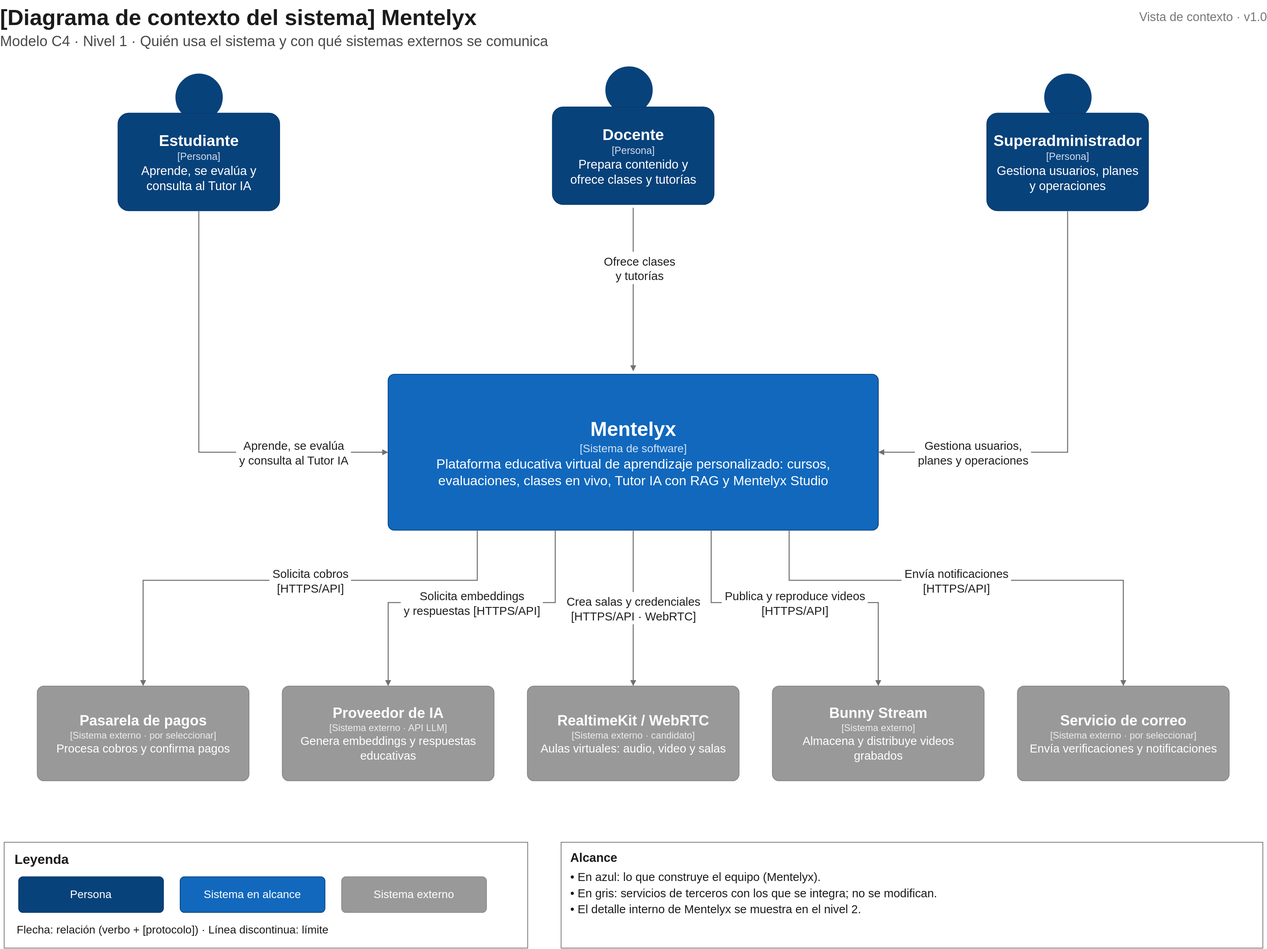
Earlier version of the draw.io export docs/img/fuentes-svg/nivel1-contexto.svg (100robert/Mentelyx). Source tidied: cells renumbered, new cells last; positions are measured from the earlier drawing's top-left corner, leaving out a move shared by most shapes.
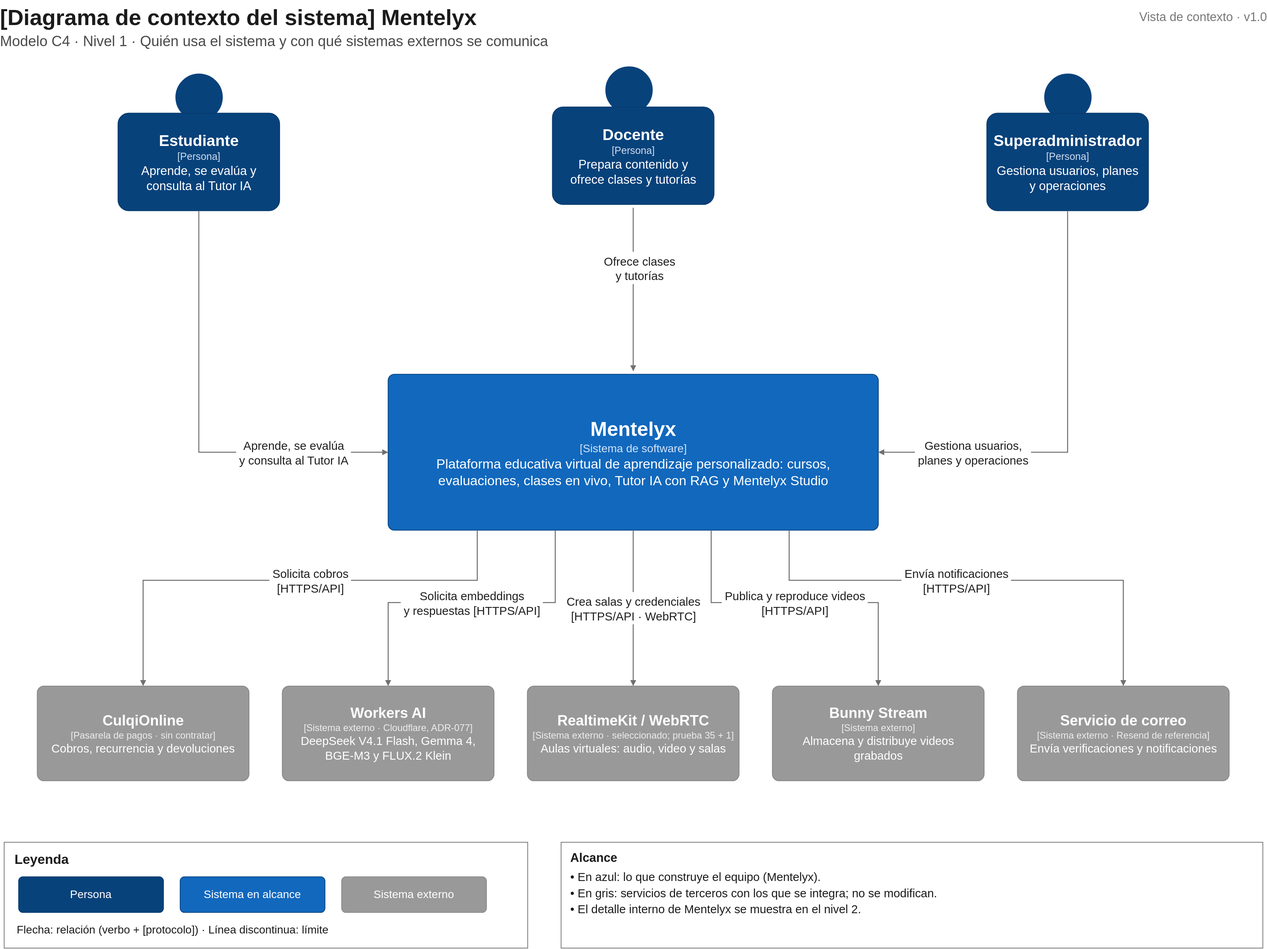
Later version of the same file.

What changed in the source:
```diff
@@ -86,7 +86,7 @@
     <mxCell id="24" value="planes y operaciones" style="text;html=1;strokeColor=none;fillColor=none;align=center;verticalAlign=middle;whiteSpace=nowrap;spacing=0;fontSize=21;fontStyle=0;fontColor=#1F1F1F;fontFamily=Arial;" parent="1" vertex="1">
       <mxGeometry x="1640.8" y="810" width="212.5" height="31.5" as="geometry" />
     </mxCell>
-    <mxCell id="25" value="&lt;div style=&quot;text-align:center;line-height:1.25&quot;&gt;&lt;span style=&quot;font-size:26px;font-weight:700;font-style:normal;color:#FFFFFF;font-family:Arial&quot;&gt;Pasarela de pagos&lt;/span&gt;&lt;/div&gt;&lt;div style=&quot;text-align:center;line-height:1.25&quot;&gt;&lt;span style=&quot;font-size:17px;font-weight:400;font-style:normal;color:#EDEDED;font-family:Arial&quot;&gt;[Sistema externo · por seleccionar]&lt;/span&gt;&lt;/div&gt;&lt;div style=&quot;text-align:center;line-height:1.25&quot;&gt;&lt;span style=&quot;font-size:21px;font-weight:400;font-style:normal;color:#FFFFFF;font-family:Arial&quot;&gt;Procesa cobros y confirma pagos&lt;/span&gt;&lt;/div&gt;" style="rounded=1;arcSize=7;whiteSpace=wrap;html=1;fillColor=#999999;strokeColor=#8A8A8A;strokeWidth=1.6;fontFamily=Arial;align=center;verticalAlign=middle;spacing=0;" parent="1" vertex="1">
+    <mxCell id="25" value="&lt;div style=&quot;text-align:center;line-height:1.25&quot;&gt;&lt;span style=&quot;font-size:26px;font-weight:700;font-style:normal;color:#FFFFFF;font-family:Arial&quot;&gt;CulqiOnline&lt;/span&gt;&lt;/div&gt;&lt;div style=&quot;text-align:center;line-height:1.25&quot;&gt;&lt;span style=&quot;font-size:17px;font-weight:400;font-style:normal;color:#EDEDED;font-family:Arial&quot;&gt;[Pasarela de pagos · sin contratar]&lt;/span&gt;&lt;/div&gt;&lt;div style=&quot;text-align:center;line-height:1.25&quot;&gt;&lt;span style=&quot;font-size:21px;font-weight:400;font-style:normal;color:#FFFFFF;font-family:Arial&quot;&gt;Cobros, recurrencia y devoluciones&lt;/span&gt;&lt;/div&gt;" style="rounded=1;arcSize=7;whiteSpace=wrap;html=1;fillColor=#999999;strokeColor=#8A8A8A;strokeWidth=1.6;fontFamily=Arial;align=center;verticalAlign=middle;spacing=0;" parent="1" vertex="1">
       <mxGeometry x="67" y="1232" width="380" height="170" as="geometry" />
     </mxCell>
     <mxCell id="26" style="endArrow=block;endFill=1;endSize=6;html=1;rounded=0;strokeColor=#707070;strokeWidth=1.8;" parent="1" edge="1">
@@ -108,7 +108,7 @@
     <mxCell id="29" value="[HTTPS/API]" style="text;html=1;strokeColor=none;fillColor=none;align=center;verticalAlign=middle;whiteSpace=nowrap;spacing=0;fontSize=21;fontStyle=0;fontColor=#1F1F1F;fontFamily=Arial;" parent="1" vertex="1">
       <mxGeometry x="489.9" y="1040" width="134.2" height="31.5" as="geometry" />
     </mxCell>
-    <mxCell id="30" value="&lt;div style=&quot;text-align:center;line-height:1.25&quot;&gt;&lt;span style=&quot;font-size:26px;font-weight:700;font-style:normal;color:#FFFFFF;font-family:Arial&quot;&gt;Proveedor de IA&lt;/span&gt;&lt;/div&gt;&lt;div style=&quot;text-align:center;line-height:1.25&quot;&gt;&lt;span style=&quot;font-size:17px;font-weight:400;font-style:normal;color:#EDEDED;font-family:Arial&quot;&gt;[Sistema externo · API LLM]&lt;/span&gt;&lt;/div&gt;&lt;div style=&quot;text-align:center;line-height:1.25&quot;&gt;&lt;span style=&quot;font-size:21px;font-weight:400;font-style:normal;color:#FFFFFF;font-family:Arial&quot;&gt;Genera embeddings y respuestas&lt;/span&gt;&lt;/div&gt;&lt;div style=&quot;text-align:center;line-height:1.25&quot;&gt;&lt;span style=&quot;font-size:21px;font-weight:400;font-style:normal;color:#FFFFFF;font-family:Arial&quot;&gt;educativas&lt;/span&gt;&lt;/div&gt;" style="rounded=1;arcSize=7;whiteSpace=wrap;html=1;fillColor=#999999;strokeColor=#8A8A8A;strokeWidth=1.6;fontFamily=Arial;align=center;verticalAlign=middle;spacing=0;" parent="1" vertex="1">
+    <mxCell id="30" value="&lt;div style=&quot;text-align:center;line-height:1.25&quot;&gt;&lt;span style=&quot;font-size:26px;font-weight:700;font-style:normal;color:#FFFFFF;font-family:Arial&quot;&gt;Workers AI&lt;/span&gt;&lt;/div&gt;&lt;div style=&quot;text-align:center;line-height:1.25&quot;&gt;&lt;span style=&quot;font-size:17px;font-weight:400;font-style:normal;color:#EDEDED;font-family:Arial&quot;&gt;[Sistema externo · Cloudflare, ADR-077]&lt;/span&gt;&lt;/div&gt;&lt;div style=&quot;text-align:center;line-height:1.25&quot;&gt;&lt;span style=&quot;font-size:21px;font-weight:400;font-style:normal;color:#FFFFFF;font-family:Arial&quot;&gt;DeepSeek V4.1 Flash, Gemma 4,&lt;/span&gt;&lt;/div&gt;&lt;div style=&quot;text-align:center;line-height:1.25&quot;&gt;&lt;span style=&quot;font-size:21px;font-weight:400;font-style:normal;color:#FFFFFF;font-family:Arial&quot;&gt;BGE-M3 y FLUX.2 Klein&lt;/span&gt;&lt;/div&gt;" style="rounded=1;arcSize=7;whiteSpace=wrap;html=1;fillColor=#999999;strokeColor=#8A8A8A;strokeWidth=1.6;fontFamily=Arial;align=center;verticalAlign=middle;spacing=0;" parent="1" vertex="1">
       <mxGeometry x="507" y="1232" width="380" height="170" as="geometry" />
     </mxCell>
     <mxCell id="31" style="endArrow=block;endFill=1;endSize=6;html=1;rounded=0;strokeColor=#707070;strokeWidth=1.8;" parent="1" edge="1">
@@ -130,7 +130,7 @@
     <mxCell id="34" value="y respuestas [HTTPS/API]" style="text;html=1;strokeColor=none;fillColor=none;align=center;verticalAlign=middle;whiteSpace=nowrap;spacing=0;fontSize=21;fontStyle=0;fontColor=#1F1F1F;fontFamily=Arial;" parent="1" vertex="1">
       <mxGeometry x="717.5" y="1080" width="259.1" height="31.5" as="geometry" />
     </mxCell>
-    <mxCell id="35" value="&lt;div style=&quot;text-align:center;line-height:1.25&quot;&gt;&lt;span style=&quot;font-size:26px;font-weight:700;font-style:normal;color:#FFFFFF;font-family:Arial&quot;&gt;RealtimeKit / WebRTC&lt;/span&gt;&lt;/div&gt;&lt;div style=&quot;text-align:center;line-height:1.25&quot;&gt;&lt;span style=&quot;font-size:17px;font-weight:400;font-style:normal;color:#EDEDED;font-family:Arial&quot;&gt;[Sistema externo · candidato]&lt;/span&gt;&lt;/div&gt;&lt;div style=&quot;text-align:center;line-height:1.25&quot;&gt;&lt;span style=&quot;font-size:21px;font-weight:400;font-style:normal;color:#FFFFFF;font-family:Arial&quot;&gt;Aulas virtuales: audio, video y salas&lt;/span&gt;&lt;/div&gt;" style="rounded=1;arcSize=7;whiteSpace=wrap;html=1;fillColor=#999999;strokeColor=#8A8A8A;strokeWidth=1.6;fontFamily=Arial;align=center;verticalAlign=middle;spacing=0;" parent="1" vertex="1">
+    <mxCell id="35" value="&lt;div style=&quot;text-align:center;line-height:1.25&quot;&gt;&lt;span style=&quot;font-size:26px;font-weight:700;font-style:normal;color:#FFFFFF;font-family:Arial&quot;&gt;RealtimeKit / WebRTC&lt;/span&gt;&lt;/div&gt;&lt;div style=&quot;text-align:center;line-height:1.25&quot;&gt;&lt;span style=&quot;font-size:17px;font-weight:400;font-style:normal;color:#EDEDED;font-family:Arial&quot;&gt;[Sistema externo · seleccionado; prueba 35 + 1]&lt;/span&gt;&lt;/div&gt;&lt;div style=&quot;text-align:center;line-height:1.25&quot;&gt;&lt;span style=&quot;font-size:21px;font-weight:400;font-style:normal;color:#FFFFFF;font-family:Arial&quot;&gt;Aulas virtuales: audio, video y salas&lt;/span&gt;&lt;/div&gt;" style="rounded=1;arcSize=7;whiteSpace=wrap;html=1;fillColor=#999999;strokeColor=#8A8A8A;strokeWidth=1.6;fontFamily=Arial;align=center;verticalAlign=middle;spacing=0;" parent="1" vertex="1">
       <mxGeometry x="947" y="1232" width="380" height="170" as="geometry" />
     </mxCell>
     <mxCell id="36" style="endArrow=block;endFill=1;endSize=6;html=1;rounded=0;strokeColor=#707070;strokeWidth=1.8;" parent="1" edge="1">
@@ -170,7 +170,7 @@
     <mxCell id="44" value="[HTTPS/API]" style="text;html=1;strokeColor=none;fillColor=none;align=center;verticalAlign=middle;whiteSpace=nowrap;spacing=0;fontSize=21;fontStyle=0;fontColor=#1F1F1F;fontFamily=Arial;" parent="1" vertex="1">
       <mxGeometry x="1359.9" y="1080" width="134.2" height="31.5" as="geometry" />
     </mxCell>
-    <mxCell id="45" value="&lt;div style=&quot;text-align:center;line-height:1.25&quot;&gt;&lt;span style=&quot;font-size:26px;font-weight:700;font-style:normal;color:#FFFFFF;font-family:Arial&quot;&gt;Servicio de correo&lt;/span&gt;&lt;/div&gt;&lt;div style=&quot;text-align:center;line-height:1.25&quot;&gt;&lt;span style=&quot;font-size:17px;font-weight:400;font-style:normal;color:#EDEDED;font-family:Arial&quot;&gt;[Sistema externo · por seleccionar]&lt;/span&gt;&lt;/div&gt;&lt;div style=&quot;text-align:center;line-height:1.25&quot;&gt;&lt;span style=&quot;font-size:21px;font-weight:400;font-style:normal;color:#FFFFFF;font-family:Arial&quot;&gt;Envía verificaciones y notificaciones&lt;/span&gt;&lt;/div&gt;" style="rounded=1;arcSize=7;whiteSpace=wrap;html=1;fillColor=#999999;strokeColor=#8A8A8A;strokeWidth=1.6;fontFamily=Arial;align=center;verticalAlign=middle;spacing=0;" parent="1" vertex="1">
+    <mxCell id="45" value="&lt;div style=&quot;text-align:center;line-height:1.25&quot;&gt;&lt;span style=&quot;font-size:26px;font-weight:700;font-style:normal;color:#FFFFFF;font-family:Arial&quot;&gt;Servicio de correo&lt;/span&gt;&lt;/div&gt;&lt;div style=&quot;text-align:center;line-height:1.25&quot;&gt;&lt;span style=&quot;font-size:17px;font-weight:400;font-style:normal;color:#EDEDED;font-family:Arial&quot;&gt;[Sistema externo · Resend de referencia]&lt;/span&gt;&lt;/div&gt;&lt;div style=&quot;text-align:center;line-height:1.25&quot;&gt;&lt;span style=&quot;font-size:21px;font-weight:400;font-style:normal;color:#FFFFFF;font-family:Arial&quot;&gt;Envía verificaciones y notificaciones&lt;/span&gt;&lt;/div&gt;" style="rounded=1;arcSize=7;whiteSpace=wrap;html=1;fillColor=#999999;strokeColor=#8A8A8A;strokeWidth=1.6;fontFamily=Arial;align=center;verticalAlign=middle;spacing=0;" parent="1" vertex="1">
       <mxGeometry x="1827" y="1232" width="380" height="170" as="geometry" />
     </mxCell>
     <mxCell id="46" style="endArrow=block;endFill=1;endSize=6;html=1;rounded=0;strokeColor=#707070;strokeWidth=1.8;" parent="1" edge="1">
```
